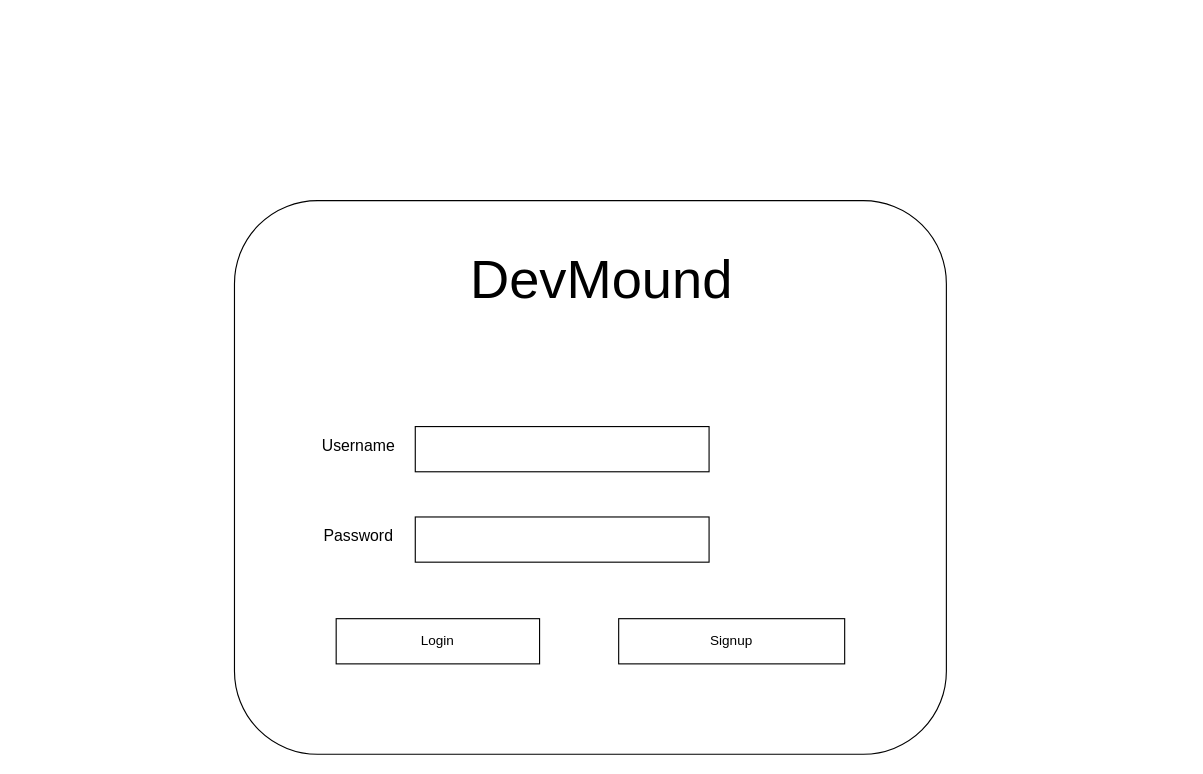
The draw.io diagram page "Login/Signup" (1 of 3) of wireframe.drawio in 86MBurns/devMound, before the edit. Source tidied: cells renumbered, new cells numbered last; positions are measured from the earlier drawing's top-left corner, leaving out a move shared by most shapes. Both pictures are drawn from the tidied source at 113%, with x=0, y=0 at pixel (234, 200). Pictures stored in the file or linked from it are replaced by grey dashed boxes.
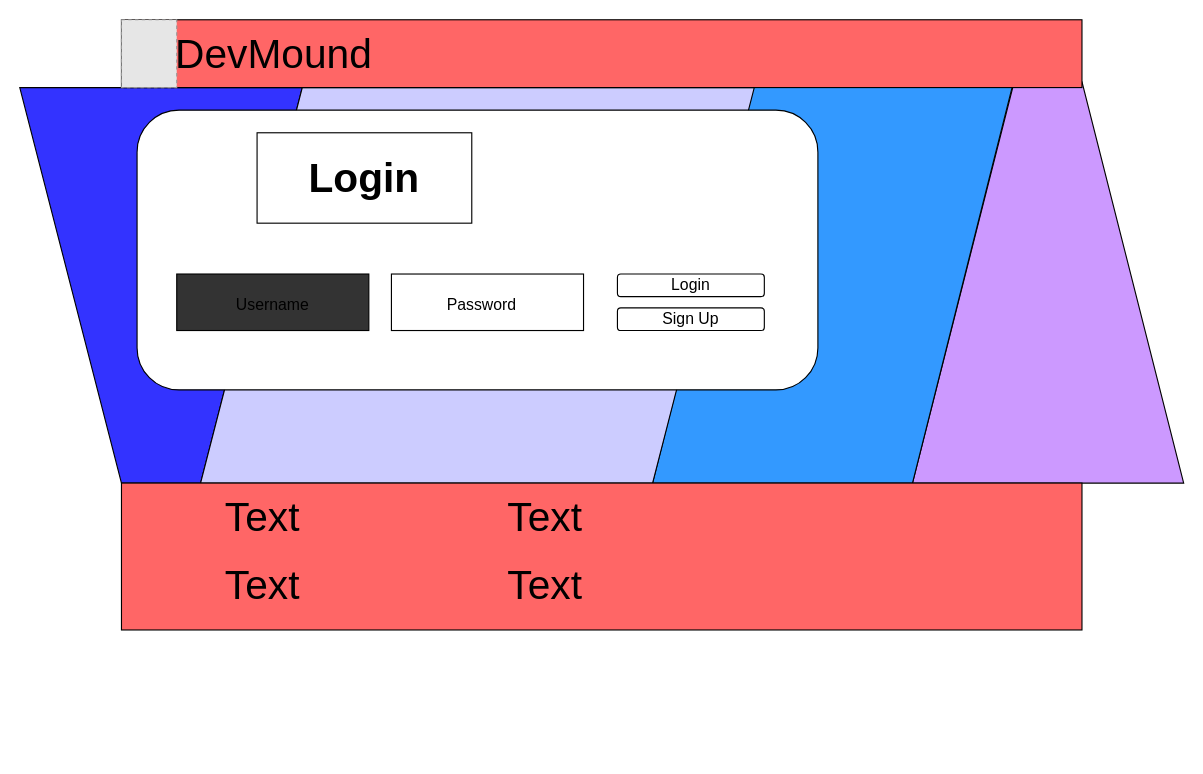
The same page after the edit.

Diff of the diagram source:
```diff
@@
+    <mxCell id="10" style="shape=trapezoid;perimeter=trapezoidPerimeter;whiteSpace=wrap;html=1;fixedSize=1;fontSize=14;fillColor=#3333FF;size=90;rotation=-180;" parent="1" vertex="1">
+      <mxGeometry x="-190" y="-100" width="250" height="350" as="geometry" />
+    </mxCell>
+    <mxCell id="11" style="shape=trapezoid;perimeter=trapezoidPerimeter;whiteSpace=wrap;html=1;fixedSize=1;fontSize=14;fillColor=#CC99FF;size=90;" parent="1" vertex="1">
+      <mxGeometry x="600" y="-105" width="240" height="355" as="geometry" />
+    </mxCell>
+    <mxCell id="12" style="shape=parallelogram;perimeter=parallelogramPerimeter;whiteSpace=wrap;html=1;fixedSize=1;fontSize=14;fillColor=#3399FF;size=90;" parent="1" vertex="1">
+      <mxGeometry x="370" y="-107.5" width="320" height="357.5" as="geometry" />
+    </mxCell>
+    <mxCell id="13" style="shape=parallelogram;perimeter=parallelogramPerimeter;whiteSpace=wrap;html=1;fixedSize=1;fontSize=14;fillColor=#CCCCFF;size=90;" parent="1" vertex="1">
+      <mxGeometry x="-30" y="-100" width="490" height="350" as="geometry" />
+    </mxCell>
-    <mxCell id="2" style="rounded=1;whiteSpace=wrap;html=1;" parent="1" vertex="1">
-      <mxGeometry width="630" height="490" as="geometry" />
+    <mxCell id="2" style="rounded=1;whiteSpace=wrap;html=1;fillColor=#FFFFFF;" parent="1" vertex="1">
+      <mxGeometry x="-86.2" y="-80" width="602.5" height="247.5" as="geometry" />
     </mxCell>
-    <mxCell id="3" value="Signup" style="rounded=0;whiteSpace=wrap;html=1;" parent="1" vertex="1">
-      <mxGeometry x="340" y="370" width="200" height="40" as="geometry" />
-    </mxCell>
-    <mxCell id="4" value="Login" style="rounded=0;whiteSpace=wrap;html=1;" parent="1" vertex="1">
-      <mxGeometry x="90" y="370" width="180" height="40" as="geometry" />
-    </mxCell>
-    <mxCell id="5" value="&lt;font style=&quot;font-size: 48px&quot;&gt;DevMound&lt;/font&gt;" style="text;html=1;strokeColor=none;fillColor=none;align=center;verticalAlign=middle;whiteSpace=wrap;rounded=0;" parent="1" vertex="1">
-      <mxGeometry x="220" y="40" width="210" height="60" as="geometry" />
-    </mxCell>
-    <mxCell id="6" style="rounded=0;whiteSpace=wrap;html=1;fontSize=48;" parent="1" vertex="1">
-      <mxGeometry x="160" y="200" width="260" height="40" as="geometry" />
+    <mxCell id="6" style="rounded=0;whiteSpace=wrap;html=1;fontSize=48;fillColor=#333333;" parent="1" vertex="1">
+      <mxGeometry x="-51.1" y="65" width="170" height="50" as="geometry" />
     </mxCell>
     <mxCell id="7" style="rounded=0;whiteSpace=wrap;html=1;fontSize=48;" parent="1" vertex="1">
-      <mxGeometry x="160" y="280" width="260" height="40" as="geometry" />
+      <mxGeometry x="138.9" y="65" width="170" height="50" as="geometry" />
     </mxCell>
     <mxCell id="8" value="&lt;font style=&quot;font-size: 14px&quot;&gt;Username&lt;/font&gt;" style="text;html=1;strokeColor=none;fillColor=none;align=center;verticalAlign=middle;whiteSpace=wrap;rounded=0;fontSize=48;" parent="1" vertex="1">
-      <mxGeometry x="80" y="190" width="60" height="30" as="geometry" />
+      <mxGeometry x="3.9" y="65" width="60" height="30" as="geometry" />
     </mxCell>
     <mxCell id="9" value="&lt;font style=&quot;font-size: 14px&quot;&gt;Password&lt;/font&gt;" style="text;html=1;strokeColor=none;fillColor=none;align=center;verticalAlign=middle;whiteSpace=wrap;rounded=0;fontSize=48;" parent="1" vertex="1">
-      <mxGeometry x="80" y="270" width="60" height="30" as="geometry" />
+      <mxGeometry x="188.9" y="60" width="60" height="40" as="geometry" />
     </mxCell>
+    <mxCell id="14" value="&lt;font style=&quot;font-size: 14px&quot;&gt;Login&lt;/font&gt;" style="rounded=1;whiteSpace=wrap;html=1;" parent="1" vertex="1">
+      <mxGeometry x="338.9" y="65" width="130" height="20" as="geometry" />
+    </mxCell>
+    <mxCell id="15" value="Sign Up" style="rounded=1;whiteSpace=wrap;html=1;fontSize=14;" parent="1" vertex="1">
+      <mxGeometry x="338.9" y="95" width="130" height="20" as="geometry" />
+    </mxCell>
+    <mxCell id="16" style="rounded=0;whiteSpace=wrap;html=1;fontSize=14;fillColor=#FF6666;" parent="1" vertex="1">
+      <mxGeometry x="-100" y="-160" width="850" height="60" as="geometry" />
+    </mxCell>
+    <mxCell id="17" style="fillColor=#E6E6E6;strokeColor=#999999;dashed=1;verticalLabelPosition=bottom;labelBackgroundColor=#ffffff;verticalAlign=top;" parent="1" vertex="1">
+      <mxGeometry x="-100" y="-160" width="48.9" height="60" as="geometry" />
+    </mxCell>
+    <mxCell id="5" value="&lt;font style=&quot;font-size: 36px&quot;&gt;DevMound&lt;/font&gt;" style="text;html=1;strokeColor=none;fillColor=none;align=center;verticalAlign=middle;whiteSpace=wrap;rounded=0;" parent="1" vertex="1">
+      <mxGeometry x="-50" y="-155" width="170" height="50" as="geometry" />
+    </mxCell>
+    <mxCell id="18" style="rounded=0;whiteSpace=wrap;html=1;fontSize=14;fillColor=#FF6666;" parent="1" vertex="1">
+      <mxGeometry x="-100" y="250" width="850" height="130" as="geometry" />
+    </mxCell>
+    <mxCell id="19" value="&lt;font style=&quot;font-size: 36px&quot; color=&quot;#000000&quot;&gt;&lt;b&gt;Login&lt;/b&gt;&lt;/font&gt;" style="text;html=1;strokeColor=#000000;fillColor=none;align=center;verticalAlign=middle;whiteSpace=wrap;rounded=0;fontSize=14;" parent="1" vertex="1">
+      <mxGeometry x="20" y="-60" width="190" height="80" as="geometry" />
+    </mxCell>
+    <mxCell id="20" value="Text" style="text;html=1;strokeColor=none;fillColor=none;align=center;verticalAlign=middle;whiteSpace=wrap;rounded=0;fontSize=36;fontColor=#000000;" parent="1" vertex="1">
+      <mxGeometry x="10" y="270" width="30" height="20" as="geometry" />
+    </mxCell>
+    <mxCell id="21" value="Text" style="text;html=1;strokeColor=none;fillColor=none;align=center;verticalAlign=middle;whiteSpace=wrap;rounded=0;fontSize=36;fontColor=#000000;" parent="1" vertex="1">
+      <mxGeometry x="10" y="330" width="30" height="20" as="geometry" />
+    </mxCell>
+    <mxCell id="22" value="Text" style="text;html=1;strokeColor=none;fillColor=none;align=center;verticalAlign=middle;whiteSpace=wrap;rounded=0;fontSize=36;fontColor=#000000;" parent="1" vertex="1">
+      <mxGeometry x="260" y="270" width="30" height="20" as="geometry" />
+    </mxCell>
+    <mxCell id="23" value="Text" style="text;html=1;strokeColor=none;fillColor=none;align=center;verticalAlign=middle;whiteSpace=wrap;rounded=0;fontSize=36;fontColor=#000000;" parent="1" vertex="1">
+      <mxGeometry x="260" y="330" width="30" height="20" as="geometry" />
+    </mxCell>
```
